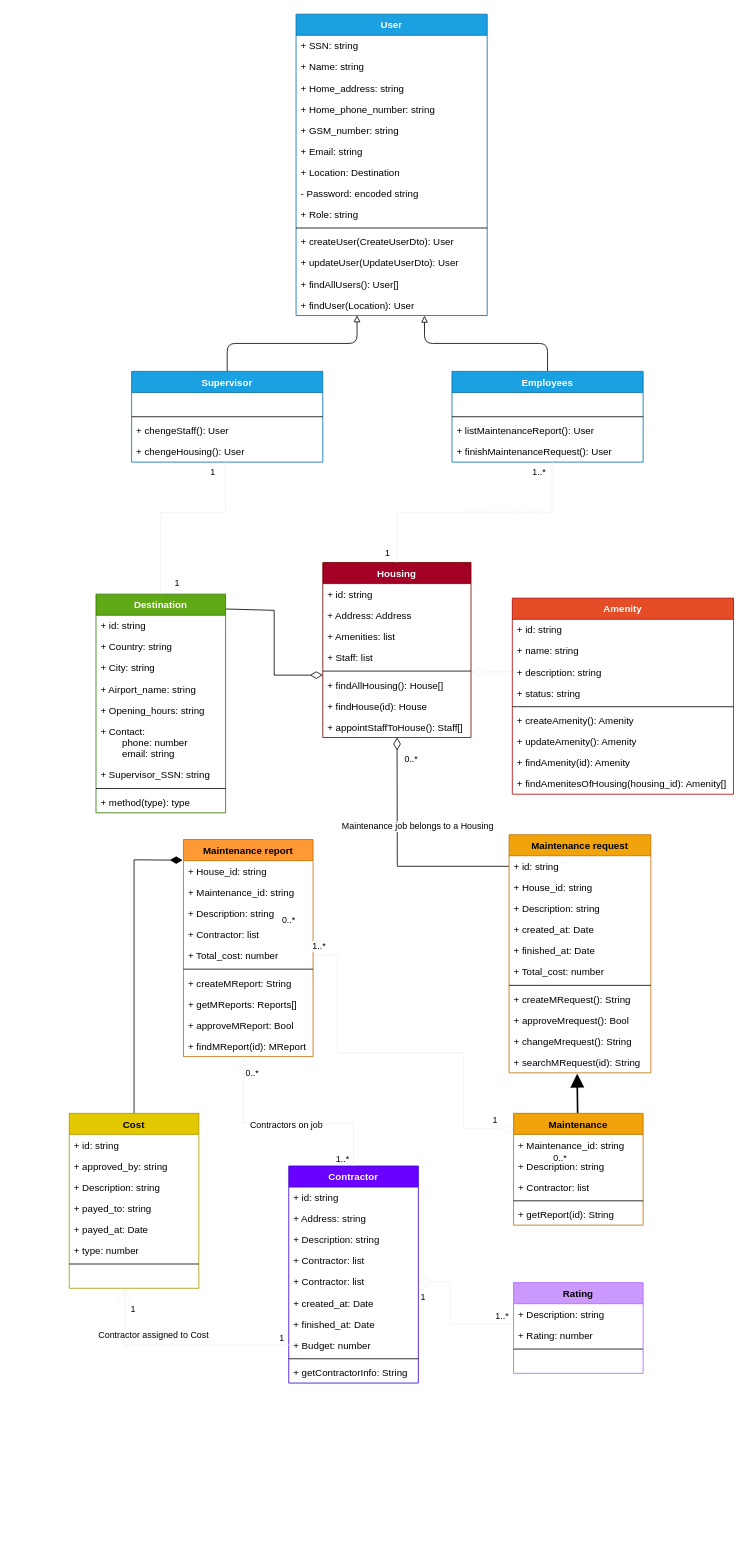
This is design/rit/Klasarit - Housing - NaN Air.drawio from Sesslja/Verklegtnamskeid-1, a draw.io file, before an edit. Source tidied: cells renumbered, new cells numbered last; positions are measured from the earlier drawing's top-left corner, leaving out a move shared by most shapes. Both pictures are drawn from the tidied source at 81%, with x=0, y=0 at pixel (14, 14).
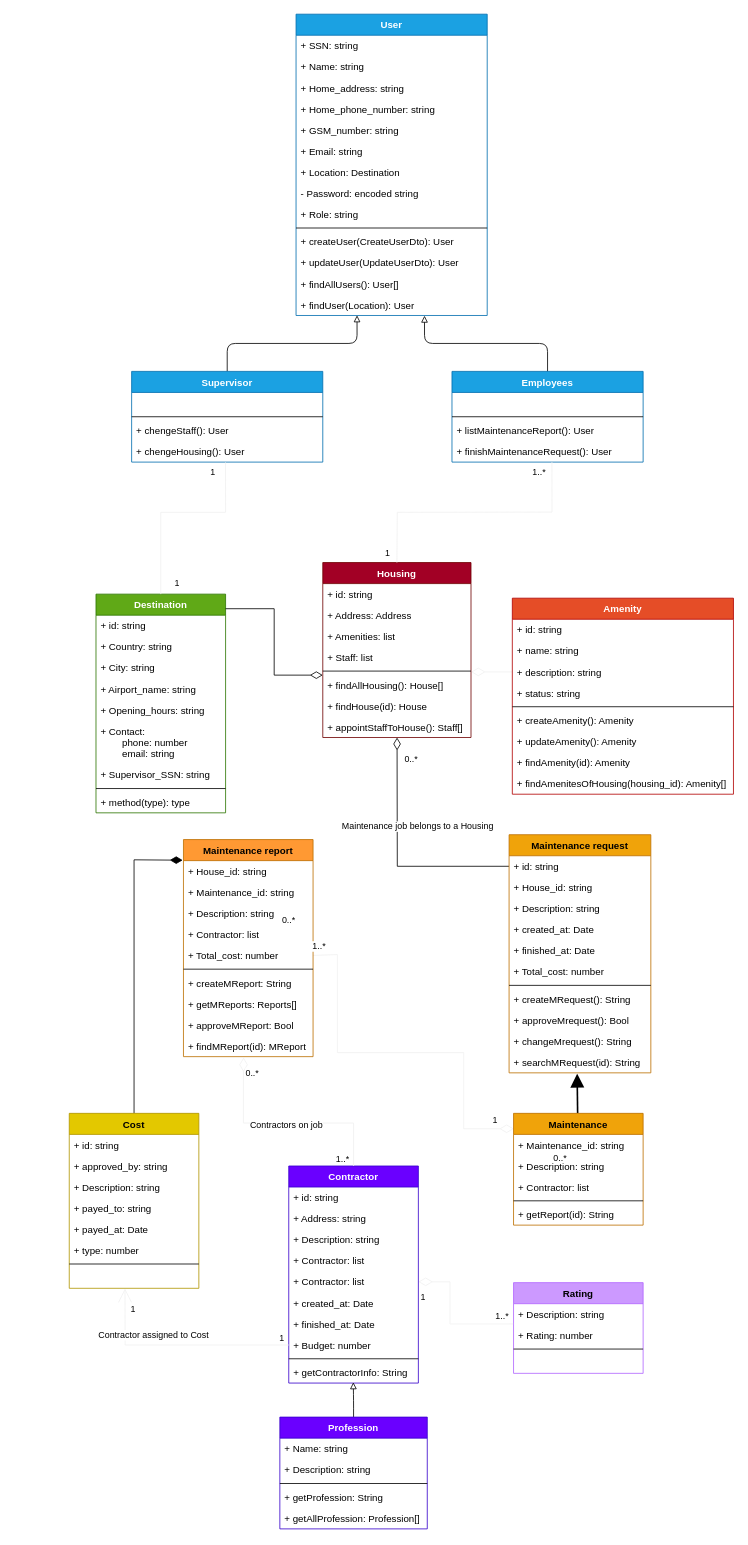
The same page after the edit.

Commit message:
Uppröðun breytt á logic layer klasarits

Unchanged cells that the change refers to:
```xml
<mxCell id="28" value="Destination" style="swimlane;fontStyle=1;align=center;verticalAlign=top;horizontal=1;startSize=26;fillColor=#60a917;strokeColor=#2D7600;fontColor=#ffffff;" parent="1" vertex="1">
  <mxGeometry x="101" y="716" width="160" height="270" as="geometry" />
</mxCell>
<mxCell id="72" value="+ getContractorInfo: String" style="text;strokeColor=none;fillColor=none;align=left;verticalAlign=top;spacingLeft=4;spacingRight=4;overflow=hidden;points=[[0,0.5],[1,0.5]];portConstraint=eastwest;" parent="62" vertex="1">
  <mxGeometry y="242" width="160" height="26" as="geometry" />
</mxCell>
```

Change to the diagram source:
```diff
@@
-    <mxCell id="73" style="edgeStyle=none;html=1;entryX=1.003;entryY=0.068;entryDx=0;entryDy=0;startArrow=diamondThin;startFill=0;endArrow=none;endFill=0;endSize=14;startSize=13;entryPerimeter=0;rounded=0;" parent="1" edge="1" target="28">
+    <mxCell id="73" style="edgeStyle=none;html=1;startArrow=diamondThin;startFill=0;endArrow=none;endFill=0;endSize=14;startSize=13;rounded=0;" parent="1" edge="1">
       <mxGeometry relative="1" as="geometry">
         <mxPoint x="381" y="816" as="sourcePoint" />
+        <mxPoint x="261" y="734" as="targetPoint" />
         <Array as="points">
           <mxPoint x="321" y="816" />
-          <mxPoint x="321" y="736" />
+          <mxPoint x="321" y="734" />
         </Array>
       </mxGeometry>
     </mxCell>
@@
+    <mxCell id="141" style="edgeStyle=orthogonalEdgeStyle;html=1;entryX=0.498;entryY=0.962;entryDx=0;entryDy=0;entryPerimeter=0;startArrow=none;startFill=0;endArrow=block;endFill=0;" parent="1" edge="1" source="142" target="72">
+      <mxGeometry relative="1" as="geometry" />
+    </mxCell>
+    <mxCell id="142" value="Profession" style="swimlane;fontStyle=1;align=center;verticalAlign=top;horizontal=1;startSize=26;strokeColor=#3700CC;fontColor=#ffffff;fillColor=#6a00ff;" parent="1" vertex="1">
+      <mxGeometry x="328" y="1732" width="182" height="138" as="geometry" />
+    </mxCell>
+    <mxCell id="143" value="+ Name: string" style="text;strokeColor=none;fillColor=none;align=left;verticalAlign=top;spacingLeft=4;spacingRight=4;overflow=hidden;" parent="142" vertex="1">
+      <mxGeometry y="26" width="182" height="26" as="geometry" />
+    </mxCell>
+    <mxCell id="144" value="+ Description: string" style="text;strokeColor=none;fillColor=none;align=left;verticalAlign=top;spacingLeft=4;spacingRight=4;overflow=hidden;" parent="142" vertex="1">
+      <mxGeometry y="52" width="182" height="26" as="geometry" />
+    </mxCell>
+    <mxCell id="145" style="line;strokeWidth=1;fillColor=none;align=left;verticalAlign=middle;spacingTop=-1;spacingLeft=3;spacingRight=3;labelPosition=right;" parent="142" vertex="1">
+      <mxGeometry y="78" width="182" height="8" as="geometry" />
+    </mxCell>
+    <mxCell id="146" value="+ getProfession: String" style="text;strokeColor=none;fillColor=none;align=left;verticalAlign=top;spacingLeft=4;spacingRight=4;overflow=hidden;" parent="142" vertex="1">
+      <mxGeometry y="86" width="182" height="26" as="geometry" />
+    </mxCell>
+    <mxCell id="147" value="+ getAllProfession: Profession[]" style="text;strokeColor=none;fillColor=none;align=left;verticalAlign=top;spacingLeft=4;spacingRight=4;overflow=hidden;" parent="142" vertex="1">
+      <mxGeometry y="112" width="182" height="26" as="geometry" />
+    </mxCell>
```
